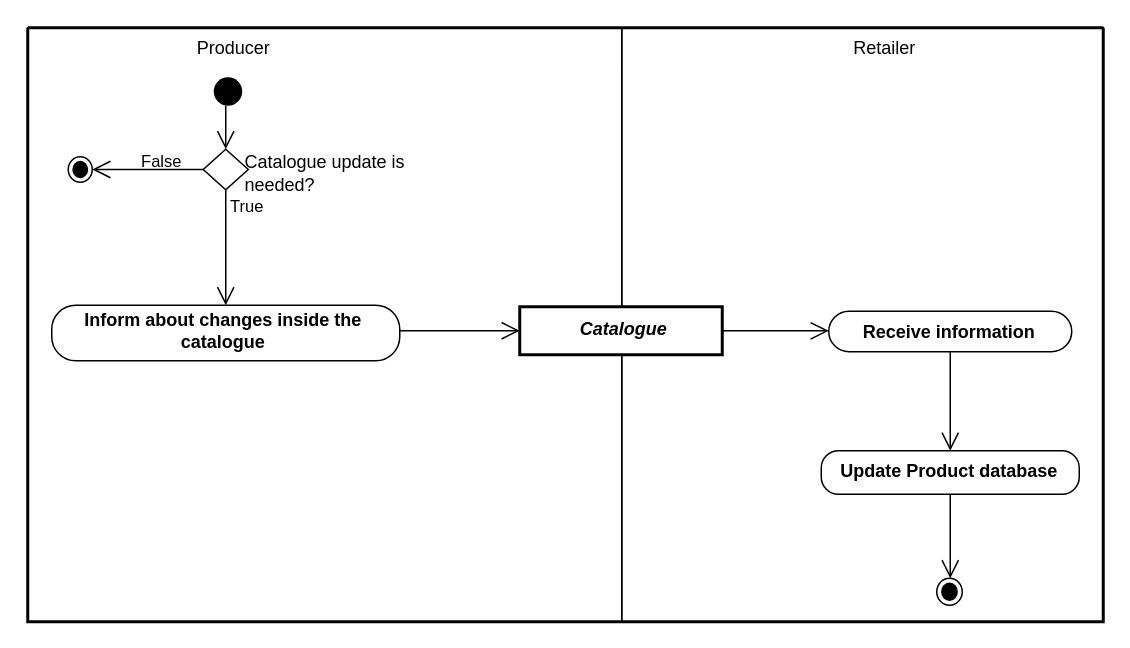
Before: diagrams/UBL-2.2-CRP-ChangeArticleCatalogue/UBL-2.2-CRP-ChangeArticleCatalogue.drawio in kduvekot/ubl-work-on-svg-images, a draw.io diagram. Source tidied: cells renumbered, new cells numbered last; positions are measured from the earlier drawing's top-left corner, leaving out a move shared by most shapes. Both pictures are drawn from the tidied source at 150%, with x=0, y=0 at pixel (27, 27).
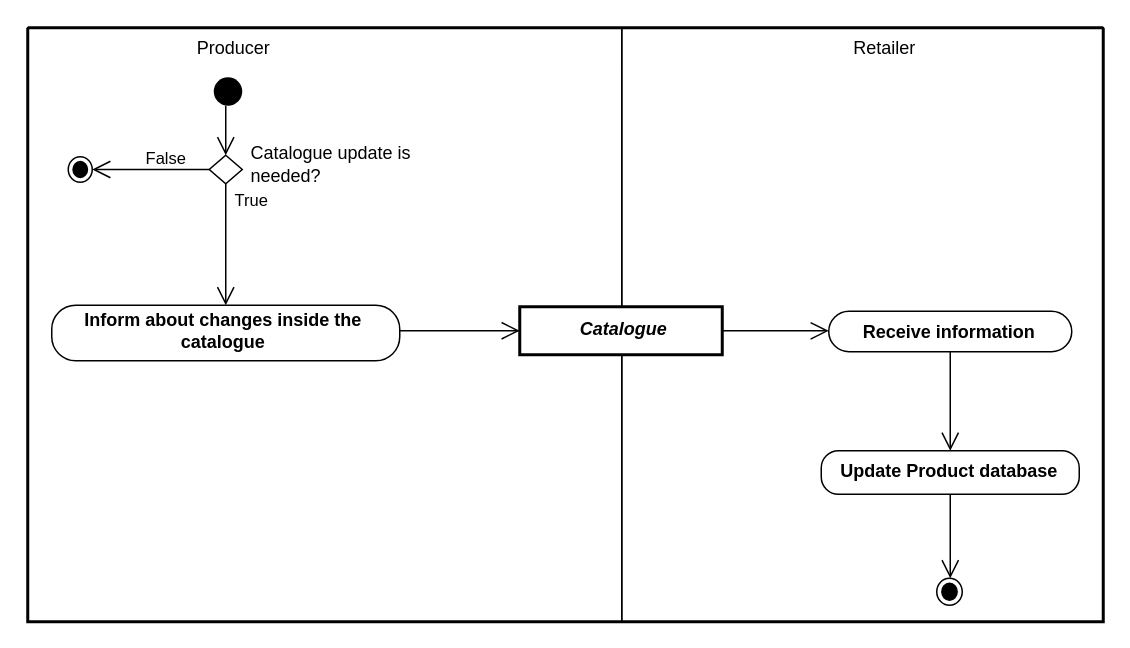
After the change.

The change refers to these unchanged cells:
```xml
<mxCell id="3" value="Producer" style="swimlane;horizontal=1;startSize=27;swimlaneLine=0;html=1;fillColor=none;fontStyle=0;spacing=0;spacingRight=123;" parent="2" vertex="1">
  <mxGeometry width="396" height="396" as="geometry" />
</mxCell>
<mxCell id="7" style="ellipse;shape=endState;fillColor=#000000;html=1;" parent="3" vertex="1">
  <mxGeometry x="27" y="86" width="16" height="17" as="geometry" />
</mxCell>
<mxCell id="9" value="Inform about changes inside the&lt;br&gt;catalogue" style="rounded=1;absoluteArcSize=1;arcSize=32;html=1;whiteSpace=nowrap;fontStyle=1;align=center;verticalAlign=middle;spacing=0;spacingRight=4;spacingBottom=3;" parent="3" vertex="1">
  <mxGeometry x="16" y="185" width="232" height="37" as="geometry" />
</mxCell>
```

Change to the diagram source:
```diff
@@
-    <mxCell id="6" value="Catalogue update is&lt;br&gt;needed?" style="rhombus;html=1;whiteSpace=nowrap;fontStyle=0;align=left;verticalAlign=middle;spacing=0;spacingLeft=28;spacingTop=5;" parent="3" vertex="1">
-      <mxGeometry x="117" y="81" width="30" height="27" as="geometry" />
+    <mxCell id="6" value="Catalogue update is&lt;br&gt;needed?" style="rhombus;html=1;whiteSpace=nowrap;fontStyle=0;align=left;verticalAlign=middle;spacing=0;spacingLeft=28;spacingTop=5;spacingBottom=12;" parent="3" vertex="1">
+      <mxGeometry x="121" y="85" width="22" height="19" as="geometry" />
     </mxCell>
@@
     <mxCell id="14" value="False" style="edgeStyle=none;rounded=0;html=1;endArrow=open;endFill=0;endSize=10;exitX=0;exitY=0.5;exitPerimeter=0;entryPerimeter=0;fontStyle=0;align=center;verticalAlign=middle;labelBackgroundColor=none;entryX=1;entryY=0.5;" parent="3" edge="1" source="6" target="7">
       <mxGeometry x="-0.25" relative="1" as="geometry">
-        <mxPoint y="-6" as="offset" />
+        <mxPoint y="-8" as="offset" />
       </mxGeometry>
     </mxCell>
     <mxCell id="15" value="True" style="edgeStyle=none;rounded=0;html=1;endArrow=open;endFill=0;endSize=10;exitX=0.5;exitY=1;exitPerimeter=0;entryX=0.5;entryY=0;entryPerimeter=0;fontStyle=0;align=center;verticalAlign=middle;labelBackgroundColor=none;" parent="3" edge="1" source="6" target="9">
       <mxGeometry x="-0.72" relative="1" as="geometry">
-        <mxPoint x="14" as="offset" />
+        <mxPoint x="17" as="offset" />
       </mxGeometry>
     </mxCell>
```
